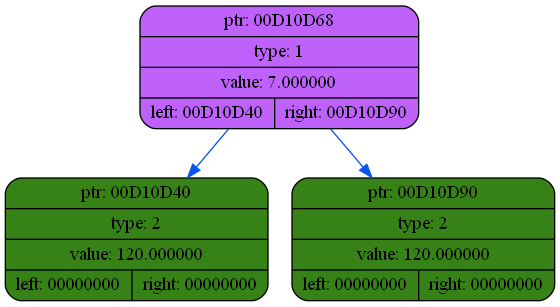
coffee8cat/differentiator keeps this Graphviz diagram as dump/dump1.png. Above is the earlier version. Its source is kept beside it as dump/dump1.dot.
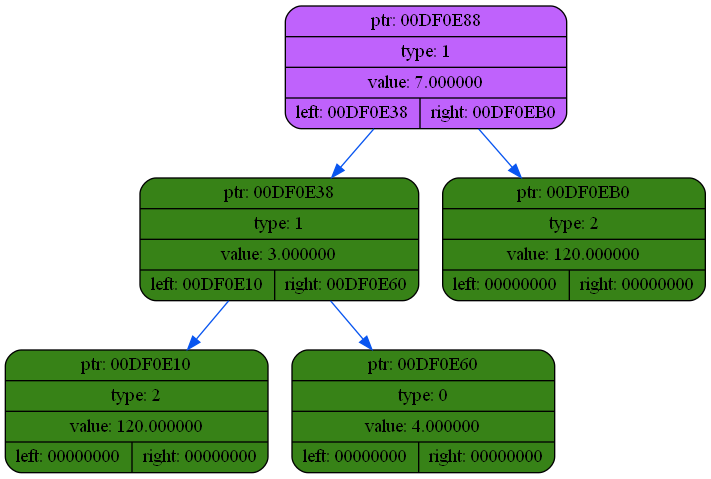
Later version of the same file.

What changed in the source:
```diff
@@ -2,9 +2,13 @@
 {
     rankdir=TP
 
-        node00D10D68[shape=record,style="rounded,filled",fillcolor="#BF62FC",label="{ ptr: 00D10D68 | type: 1 | value: 7.000000| { left: 00D10D40 | right: 00D10D90 }}"];
-    node00D10D68 -> node00D10D40[color="#0855F0"]
-    node00D10D40[shape=record,style="rounded,filled",fillcolor="#378217",label="{ ptr: 00D10D40 | type: 2 | value: 120.000000| { left: 00000000 | right: 00000000 }}"];
-    node00D10D68 -> node00D10D90[color="#0855F0"]
-    node00D10D90[shape=record,style="rounded,filled",fillcolor="#378217",label="{ ptr: 00D10D90 | type: 2 | value: 120.000000| { left: 00000000 | right: 00000000 }}"];
+        node00DF0E88[shape=record,style="rounded,filled",fillcolor="#BF62FC",label="{ ptr: 00DF0E88 | type: 1 | value: 7.000000| { left: 00DF0E38 | right: 00DF0EB0 }}"];
+    node00DF0E88 -> node00DF0E38[color="#0855F0"]
+    node00DF0E38[shape=record,style="rounded,filled",fillcolor="#378217",label="{ ptr: 00DF0E38 | type: 1 | value: 3.000000| { left: 00DF0E10 | right: 00DF0E60 }}"];
+    node00DF0E38 -> node00DF0E10[color="#0855F0"]
+    node00DF0E10[shape=record,style="rounded,filled",fillcolor="#378217",label="{ ptr: 00DF0E10 | type: 2 | value: 120.000000| { left: 00000000 | right: 00000000 }}"];
+    node00DF0E38 -> node00DF0E60[color="#0855F0"]
+    node00DF0E60[shape=record,style="rounded,filled",fillcolor="#378217",label="{ ptr: 00DF0E60 | type: 0 | value: 4.000000| { left: 00000000 | right: 00000000 }}"];
+    node00DF0E88 -> node00DF0EB0[color="#0855F0"]
+    node00DF0EB0[shape=record,style="rounded,filled",fillcolor="#378217",label="{ ptr: 00DF0EB0 | type: 2 | value: 120.000000| { left: 00000000 | right: 00000000 }}"];
 }
```
